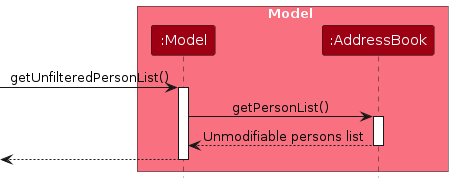
Before: diagrams/CategorySequenceDiagram-Model.png, a diagram exported from PlantUML (AY2627S1-CS2103T-F12-2/tp). Its source is kept beside it as diagrams/CategorySequenceDiagram-Model.puml.
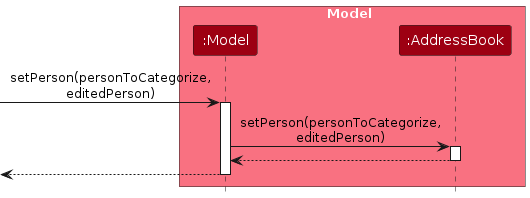
Later version of the same file.

What changed in the source:
```diff
@@ -7,13 +7,13 @@
 participant ":AddressBook" as AddressBook MODEL_COLOR
 end box
 
-[-> Model : getUnfilteredPersonList()
+[-> Model : setPerson(personToCategorize,\neditedPerson)
 activate Model
 
-Model -> AddressBook : getPersonList()
+Model -> AddressBook : setPerson(personToCategorize,\neditedPerson)
 activate AddressBook
 
-AddressBook --> Model : Unmodifiable persons list
+AddressBook --> Model
 deactivate AddressBook
 
 [<-- Model
```
